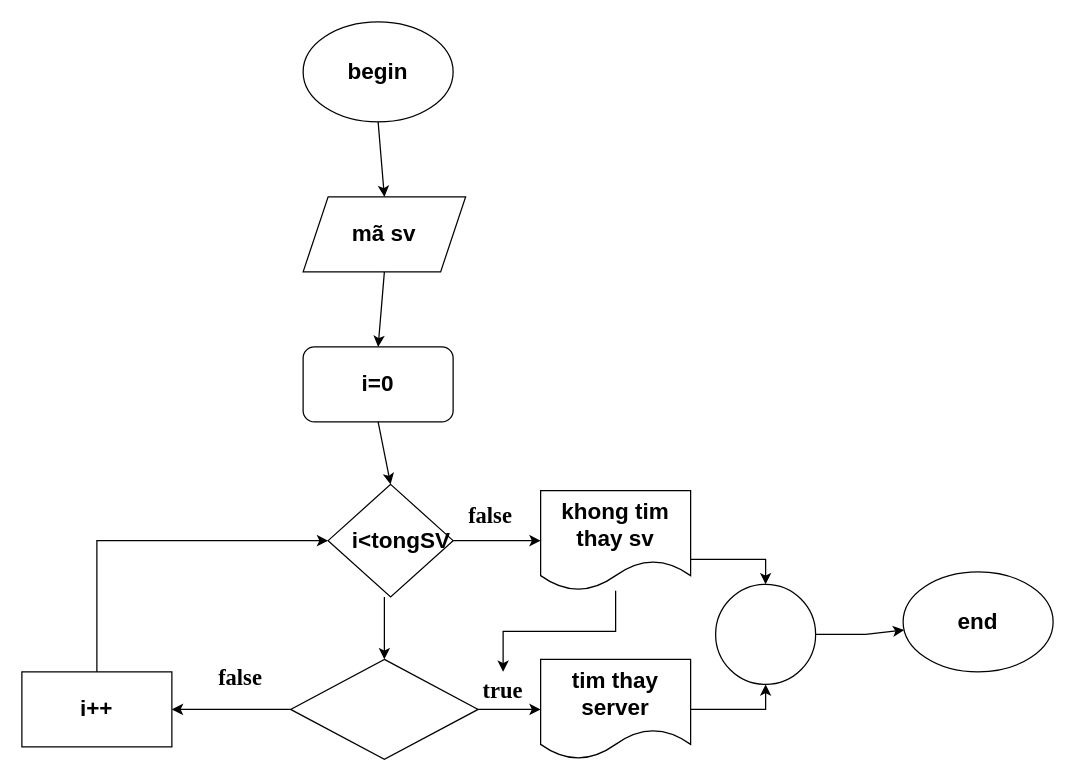
Before: Untitled Diagram.drawio in khanh8603/khanh8603, a draw.io diagram. Source tidied: cells renumbered, new cells numbered last; positions are measured from the earlier drawing's top-left corner, leaving out a move shared by most shapes. Both pictures are drawn from the tidied source at 125%, with x=0, y=0 at pixel (21, 21).
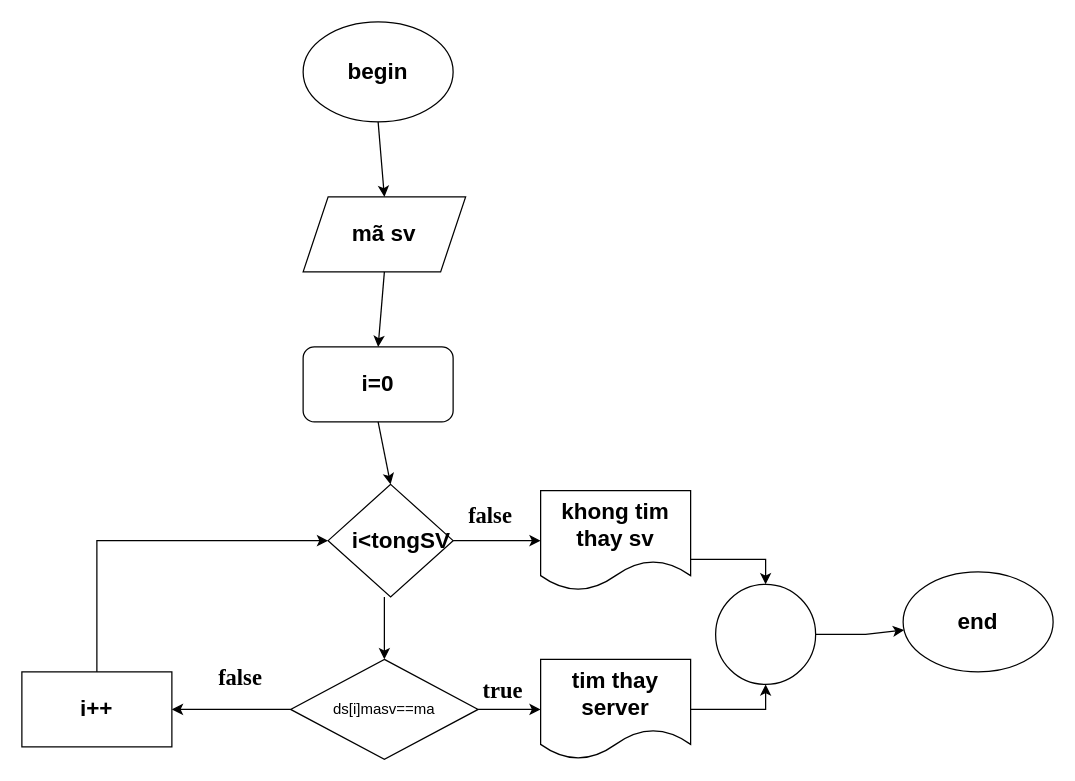
After the change.

The change refers to these unchanged cells:
```xml
<mxCell id="18" value="&lt;h2&gt;khong tim thay sv&lt;/h2&gt;" style="shape=document;whiteSpace=wrap;html=1;boundedLbl=1;" parent="1" vertex="1">
  <mxGeometry x="415" y="375" width="120" height="80" as="geometry" />
</mxCell>
<mxCell id="26" value="&lt;h2&gt;true&lt;/h2&gt;" style="text;html=1;strokeColor=none;fillColor=none;align=center;verticalAlign=middle;whiteSpace=wrap;rounded=0;fontFamily=Times New Roman;" parent="1" vertex="1">
  <mxGeometry x="355" y="520" width="60" height="30" as="geometry" />
</mxCell>
```

Change to the diagram source:
```diff
@@
-    <mxCell id="14" style="rhombus;whiteSpace=wrap;html=1;" parent="1" vertex="1">
+    <mxCell id="14" value="ds[i]masv==ma" style="rhombus;whiteSpace=wrap;html=1;" parent="1" vertex="1">
       <mxGeometry x="215" y="510" width="150" height="80" as="geometry" />
     </mxCell>
@@
-    <mxCell id="17" style="edgeStyle=orthogonalEdgeStyle;rounded=0;jettySize=auto;html=1;fontFamily=Times New Roman;" parent="1" edge="1" source="18" target="26">
-      <mxGeometry relative="1" as="geometry" />
-    </mxCell>
```
